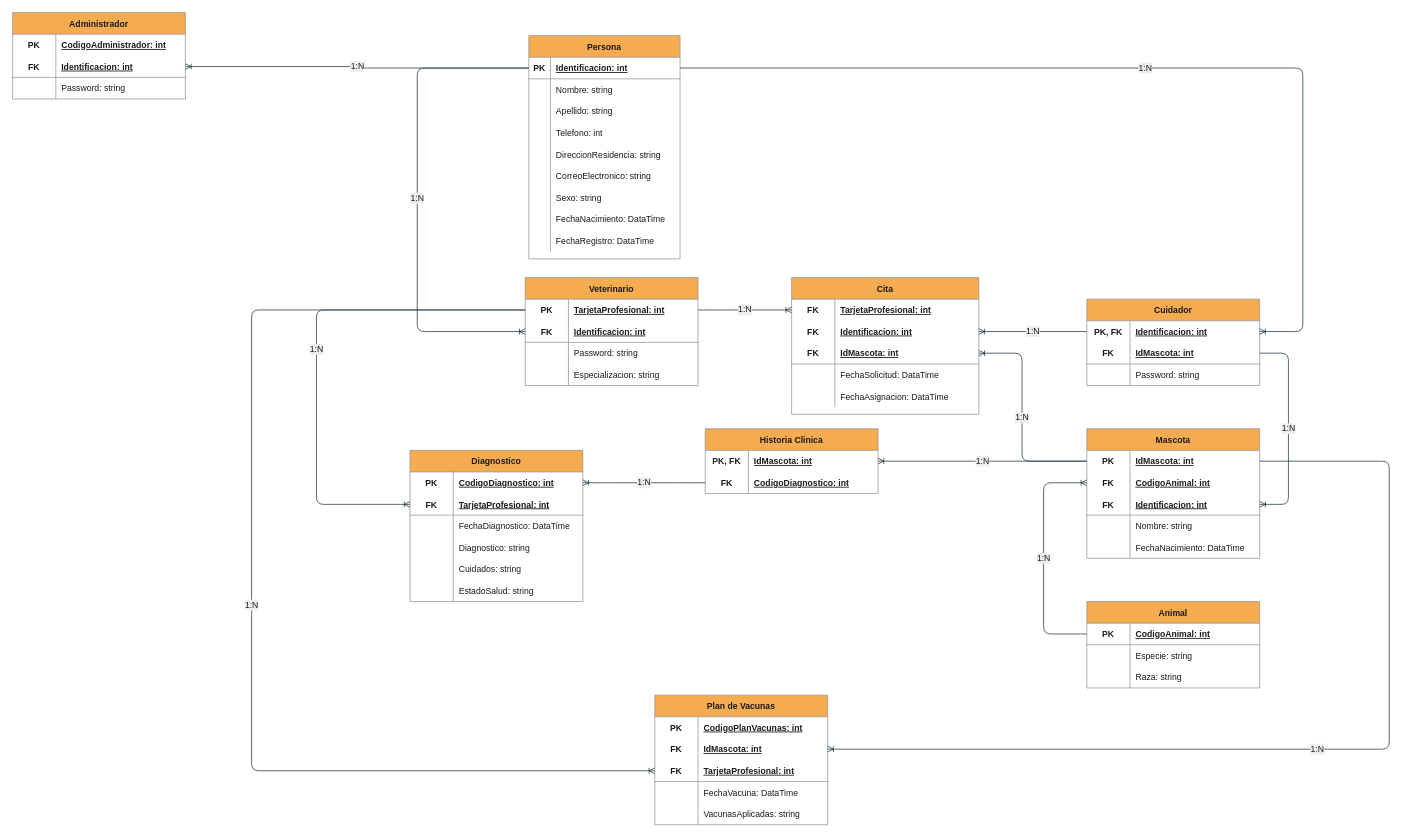
Earlier version of the draw.io diagram page "Entidad relacion" (3 of 3) of Diagramas.drawio (juandabi/teleVeterinaria). Source tidied: cells renumbered, new cells numbered last; positions are measured from the earlier drawing's top-left corner, leaving out a move shared by most shapes. Both pictures are drawn from the tidied source at 72%, with x=0, y=0 at pixel (12, 12).
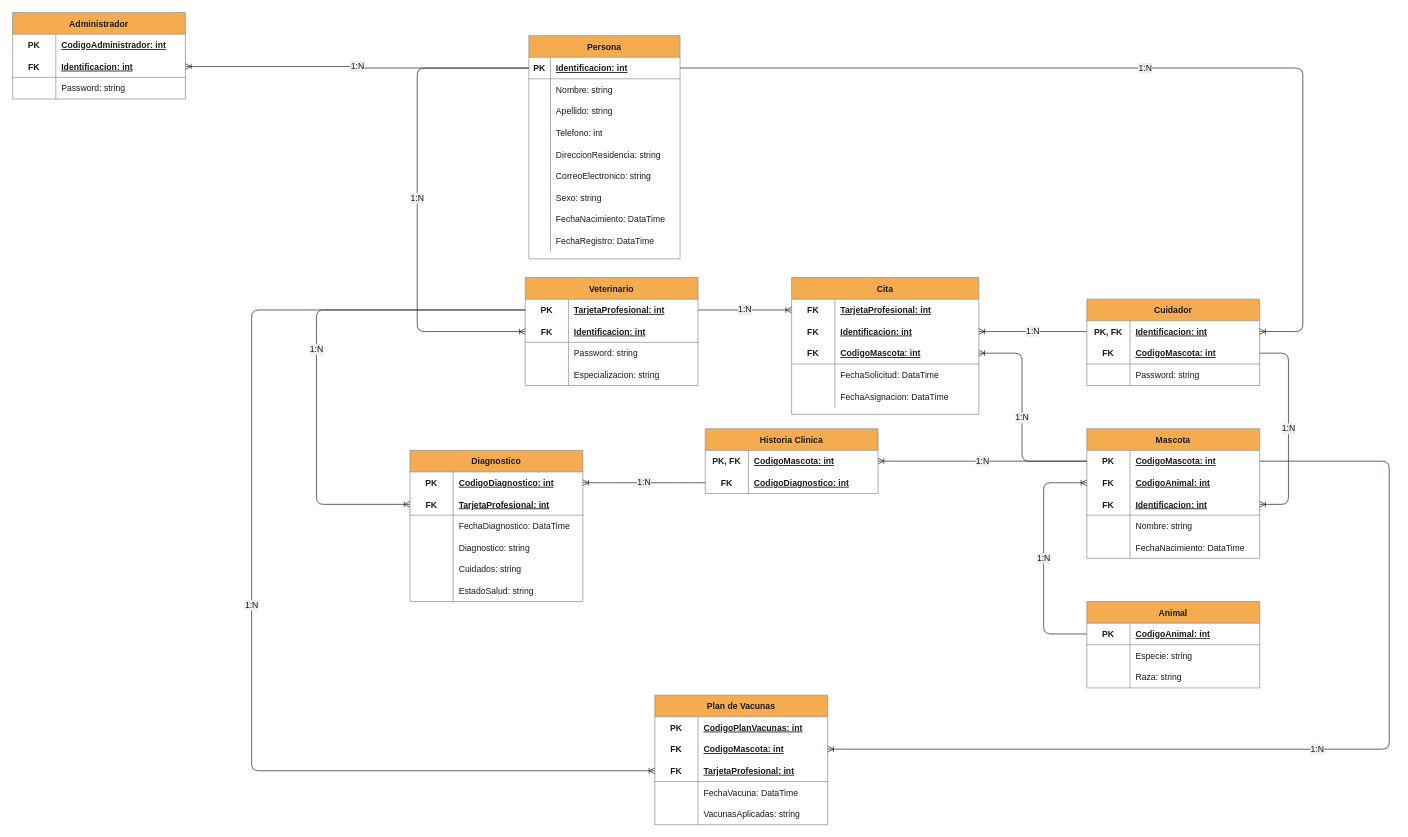
The same diagram, later.

Commit message (it also covers changes not shown here):
Modifico idMascota por CodigoMascota, se agrega codigo en CodigoCita

Unchanged cells that the change refers to:
```xml
<mxCell id="57" style="shape=partialRectangle;fillColor=none;top=0;left=0;bottom=1;right=0;points=[[0,0.5],[1,0.5]];portConstraint=eastwest;strokeColor=#909090;fontColor=#1A1A1A;" parent="53" vertex="1">
  <mxGeometry y="60" width="240" height="30" as="geometry" />
</mxCell>
<mxCell id="64" style="shape=partialRectangle;fillColor=none;top=0;left=0;bottom=0;right=0;points=[[0,0.5],[1,0.5]];portConstraint=eastwest;strokeColor=#909090;fontColor=#1A1A1A;" parent="63" vertex="1">
  <mxGeometry y="30" width="240" height="30" as="geometry" />
</mxCell>
<mxCell id="86" style="shape=partialRectangle;fillColor=none;top=0;left=0;bottom=1;right=0;points=[[0,0.5],[1,0.5]];portConstraint=eastwest;strokeColor=#909090;fontColor=#1A1A1A;" parent="79" vertex="1">
  <mxGeometry y="90" width="260" height="30" as="geometry" />
</mxCell>
<mxCell id="96" style="shape=partialRectangle;fillColor=none;top=0;left=0;bottom=0;right=0;points=[[0,0.5],[1,0.5]];portConstraint=eastwest;strokeColor=#909090;fontColor=#1A1A1A;" parent="95" vertex="1">
  <mxGeometry y="30" width="240" height="30" as="geometry" />
</mxCell>
<mxCell id="135" style="shape=partialRectangle;fillColor=none;top=0;left=0;bottom=0;right=0;points=[[0,0.5],[1,0.5]];portConstraint=eastwest;strokeColor=#909090;fontColor=#1A1A1A;" parent="131" vertex="1">
  <mxGeometry y="60" width="240" height="30" as="geometry" />
</mxCell>
```

Change to the diagram source:
```diff
@@
-    <mxCell id="59" value="IdMascota: int" style="shape=partialRectangle;fillColor=none;top=0;left=0;bottom=0;right=0;align=left;spacingLeft=6;fontStyle=5;overflow=hidden;strokeColor=#909090;fontColor=#1A1A1A;" parent="57" vertex="1">
+    <mxCell id="59" value="CodigoMascota: int" style="shape=partialRectangle;fillColor=none;top=0;left=0;bottom=0;right=0;align=left;spacingLeft=6;fontStyle=5;overflow=hidden;strokeColor=#909090;fontColor=#1A1A1A;" parent="57" vertex="1">
       <mxGeometry x="60" width="180" height="30" as="geometry" />
     </mxCell>
@@
-    <mxCell id="66" value="IdMascota: int" style="shape=partialRectangle;fillColor=none;top=0;left=0;bottom=0;right=0;align=left;spacingLeft=6;fontStyle=5;overflow=hidden;strokeColor=#909090;fontColor=#1A1A1A;" parent="64" vertex="1">
+    <mxCell id="66" value="CodigoMascota: int" style="shape=partialRectangle;fillColor=none;top=0;left=0;bottom=0;right=0;align=left;spacingLeft=6;fontStyle=5;overflow=hidden;strokeColor=#909090;fontColor=#1A1A1A;" parent="64" vertex="1">
       <mxGeometry x="60" width="180" height="30" as="geometry" />
     </mxCell>
@@
-    <mxCell id="88" value="IdMascota: int" style="shape=partialRectangle;fillColor=none;top=0;left=0;bottom=0;right=0;align=left;spacingLeft=6;fontStyle=5;overflow=hidden;strokeColor=#909090;fontColor=#1A1A1A;" parent="86" vertex="1">
+    <mxCell id="88" value="CodigoMascota: int" style="shape=partialRectangle;fillColor=none;top=0;left=0;bottom=0;right=0;align=left;spacingLeft=6;fontStyle=5;overflow=hidden;strokeColor=#909090;fontColor=#1A1A1A;" parent="86" vertex="1">
       <mxGeometry x="60" width="200" height="30" as="geometry" />
     </mxCell>
@@
-    <mxCell id="98" value="IdMascota: int" style="shape=partialRectangle;fillColor=none;top=0;left=0;bottom=0;right=0;align=left;spacingLeft=6;fontStyle=5;overflow=hidden;strokeColor=#909090;fontColor=#1A1A1A;" parent="96" vertex="1">
+    <mxCell id="98" value="CodigoMascota: int" style="shape=partialRectangle;fillColor=none;top=0;left=0;bottom=0;right=0;align=left;spacingLeft=6;fontStyle=5;overflow=hidden;strokeColor=#909090;fontColor=#1A1A1A;" parent="96" vertex="1">
       <mxGeometry x="60" width="180" height="30" as="geometry" />
     </mxCell>
@@
-    <mxCell id="137" value="IdMascota: int" style="shape=partialRectangle;fillColor=none;top=0;left=0;bottom=0;right=0;align=left;spacingLeft=6;fontStyle=5;overflow=hidden;strokeColor=#909090;fontColor=#1A1A1A;" parent="135" vertex="1">
+    <mxCell id="137" value="CodigoMascota: int" style="shape=partialRectangle;fillColor=none;top=0;left=0;bottom=0;right=0;align=left;spacingLeft=6;fontStyle=5;overflow=hidden;strokeColor=#909090;fontColor=#1A1A1A;" parent="135" vertex="1">
       <mxGeometry x="60" width="180" height="30" as="geometry" />
     </mxCell>
```
